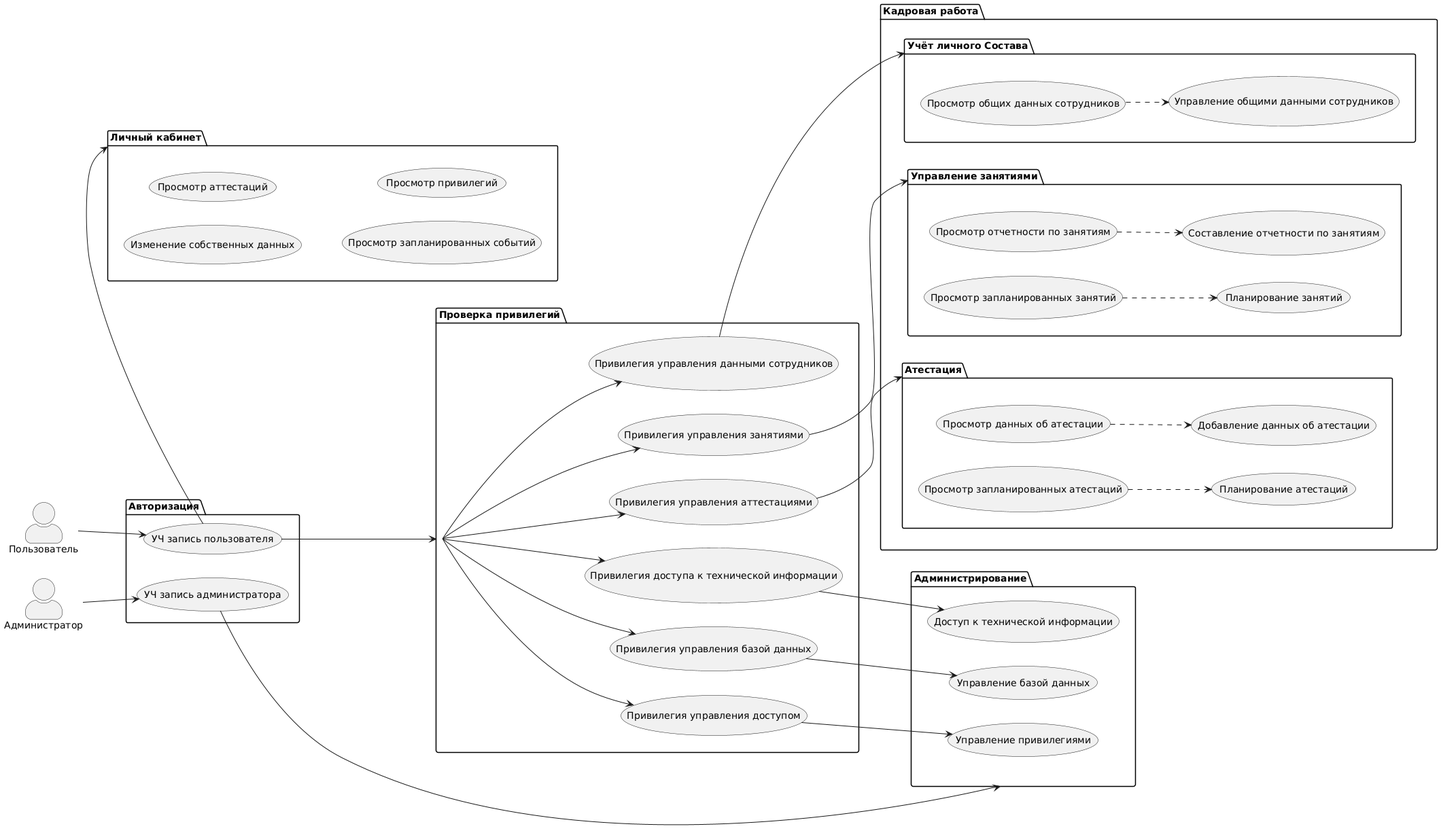
This is docs/imgs/uml_diag_light.png from SemionPetrov/ProjectMCHS, a PlantUML export, as it was before one commit.
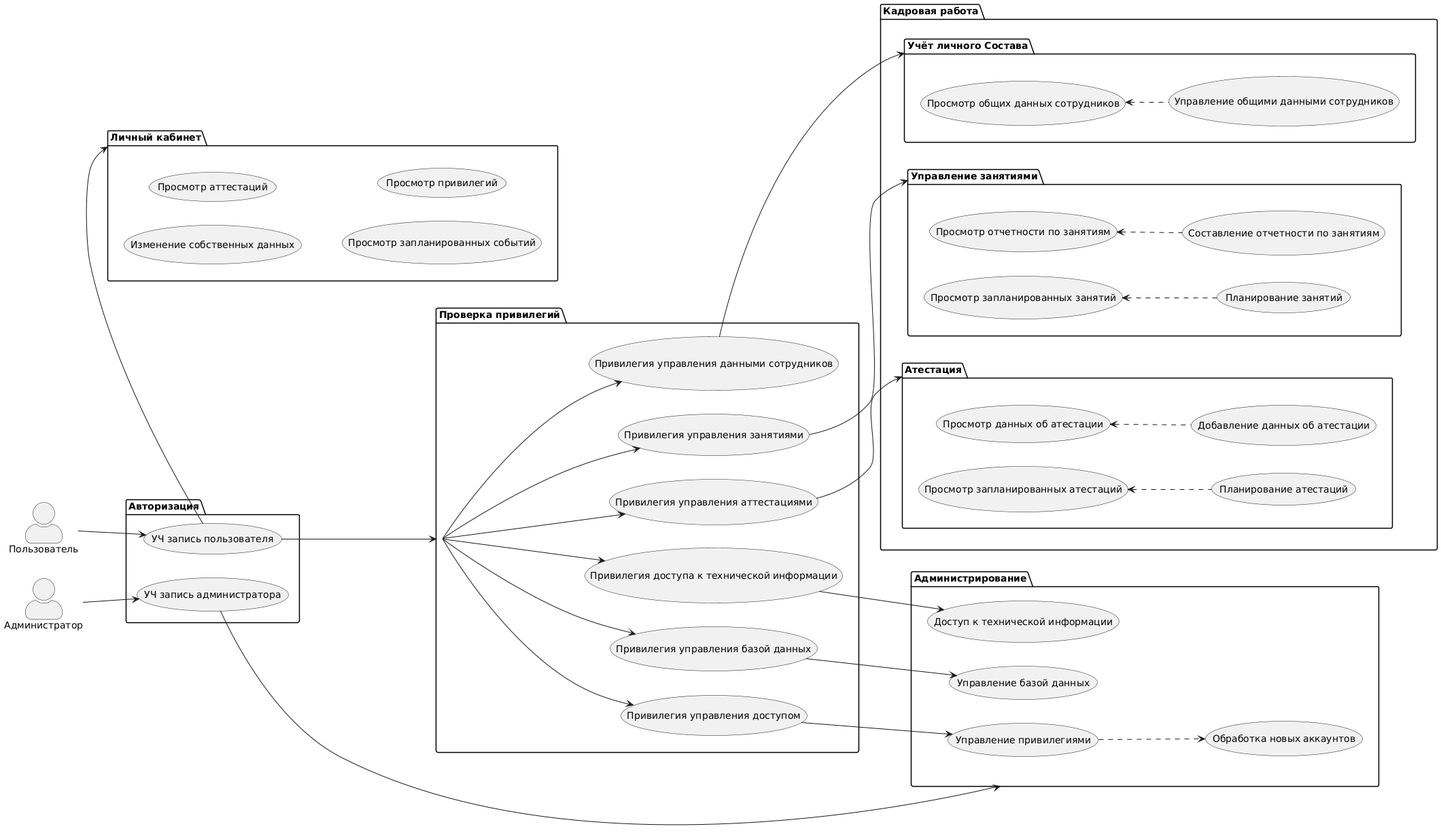
Later version of the same file.

Diff of the diagram source:
```diff
@@ -44,6 +44,7 @@
     usecase "Управление привилегиями" as access_control
     usecase "Управление базой данных" as db_control
     usecase "Доступ к технической информации" as backend_info
+    usecase "Обработка новых аккаунтов" as new_acc_aprove
 }
 
 package "Проверка привилегий" as priv_check {
@@ -78,14 +79,15 @@
 planning_sessions_priv --> exercise
 
 access_control_priv --> access_control
+access_control ..> new_acc_aprove
 db_control_priv --> db_control
 backend_info_priv --> backend_info
 
-read_planned_sessions ..> planning_sessions <<extend>>
-read_attestation_report ..> attestation_report_management <<extend>>
+read_planned_sessions <.. planning_sessions <<extend>>
+read_attestation_report <.. attestation_report_management <<extend>>
 
-read_exercises ..> exercise_planning <<extend>>
-read_exercise_report ..> exercise_report_management <<extend>>
+read_exercises <.. exercise_planning <<extend>>
+read_exercise_report <.. exercise_report_management <<extend>>
 
-read_employee_data ..> employee_data_management <<extend>>
+read_employee_data <.. employee_data_management <<extend>>
 @enduml
```
